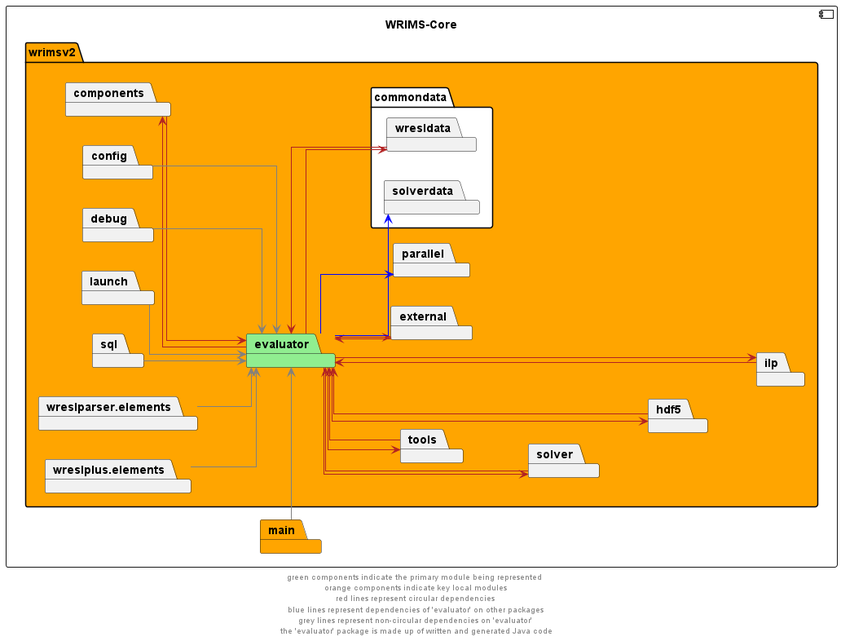
CentralValleyModeling/wrims-engine keeps this PlantUML diagram as docs/diagrams/wrims-core/wrims-core_evaluator.png. Above is the earlier version.
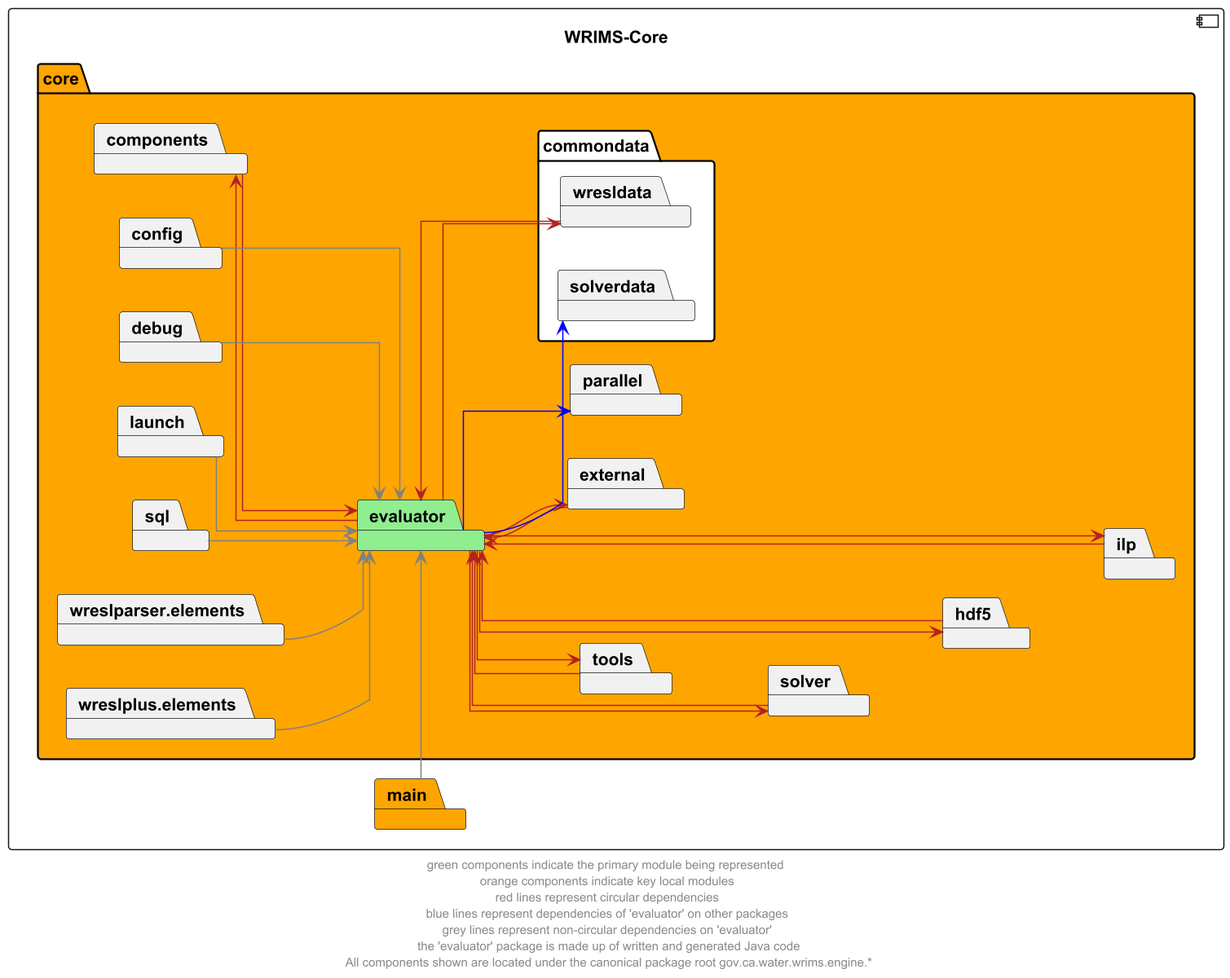
After the commit.

Change to the diagram source:
```diff
@@ -3,7 +3,7 @@
 skinparam linetype ortho
 
 component wrims_core as "WRIMS-Core"{
-    package wrimsv2  #orange {
+    package core  #orange {
         package evaluator #lightgreen
         package commondata #white {
                 package wresldata
@@ -59,5 +59,5 @@
 hdf5 -up[hidden]-> solver
 solver -up[hidden]-> tools
 
-footer "green components indicate the primary module being represented \n orange components indicate key local modules \n red lines represent circular dependencies \n blue lines represent dependencies of 'evaluator' on other packages \n grey lines represent non-circular dependencies on 'evaluator' \n the 'evaluator' package is made up of written and generated Java code"
+footer "green components indicate the primary module being represented \n orange components indicate key local modules \n red lines represent circular dependencies \n blue lines represent dependencies of 'evaluator' on other packages \n grey lines represent non-circular dependencies on 'evaluator' \n the 'evaluator' package is made up of written and generated Java code\n All components shown are located under the canonical package root gov.ca.water.wrims.engine.*"
 @enduml
```
